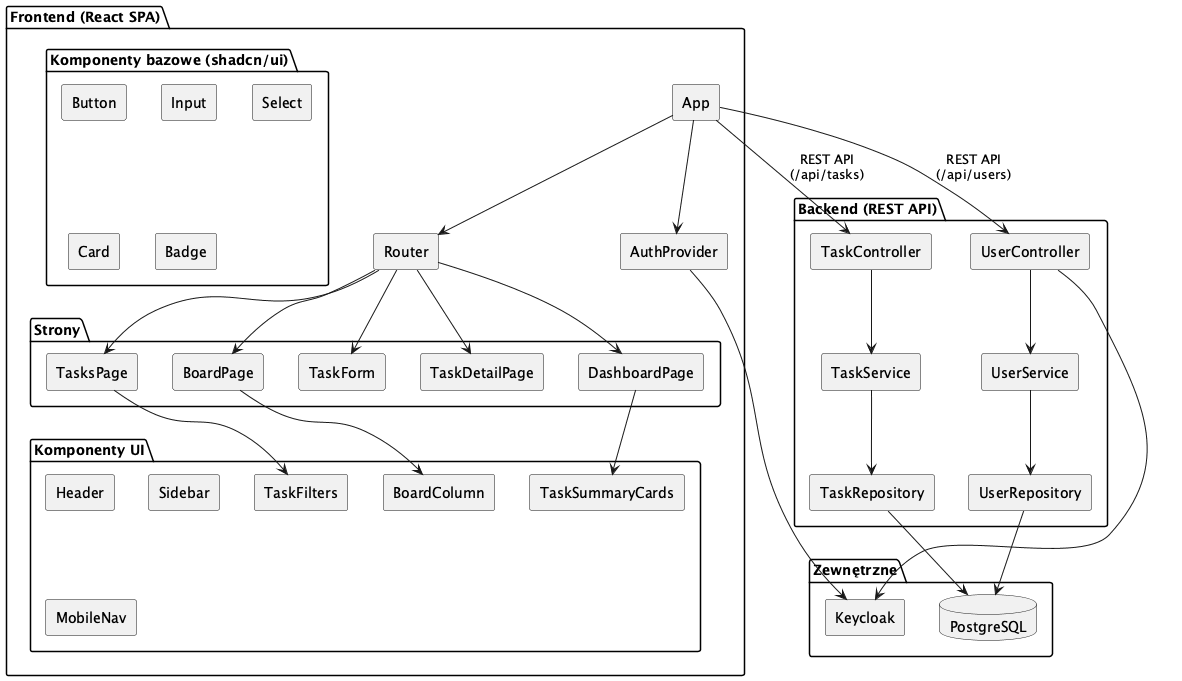
Above: diagrams/diagram_komponentow.png in codingbart/todoapp (PlantUML), before the change. Source of this version:
```plantuml
@startuml
skinparam componentStyle rectangle

package "Frontend (React SPA)" {
    [App] as app
    [Router] as router
    [AuthProvider] as auth

    package "Strony" {
        [DashboardPage] as dashboard
        [TasksPage] as tasks
        [BoardPage] as board
        [TaskForm] as form
        [TaskDetailPage] as detail
    }

    package "Komponenty UI" {
        [Header] as header
        [Sidebar] as sidebar
        [MobileNav] as mobile
        [TaskFilters] as filters
        [BoardColumn] as column
        [TaskSummaryCards] as summary
    }

    package "Komponenty bazowe (shadcn/ui)" {
        [Button] as btn
        [Input] as input
        [Select] as select
        [Card] as card
        [Badge] as badge
    }
}

package "Backend (REST API)" {
    [TaskController] as taskCtrl
    [UserController] as userCtrl
    [TaskService] as taskSvc
    [UserService] as userSvc
    [TaskRepository] as taskRepo
    [UserRepository] as userRepo
}

package "Zewnętrzne" {
    database "PostgreSQL" as db
    [Keycloak] as kc
}

app --> router
app --> auth
router --> dashboard
router --> tasks
router --> board
router --> form
router --> detail

tasks --> filters
board --> column
dashboard --> summary

taskCtrl --> taskSvc
userCtrl --> userSvc
taskSvc --> taskRepo
userSvc --> userRepo
taskRepo --> db
userRepo --> db

auth --> kc
userCtrl --> kc

app --> taskCtrl : REST API\n(/api/tasks)
app --> userCtrl : REST API\n(/api/users)

@enduml
```
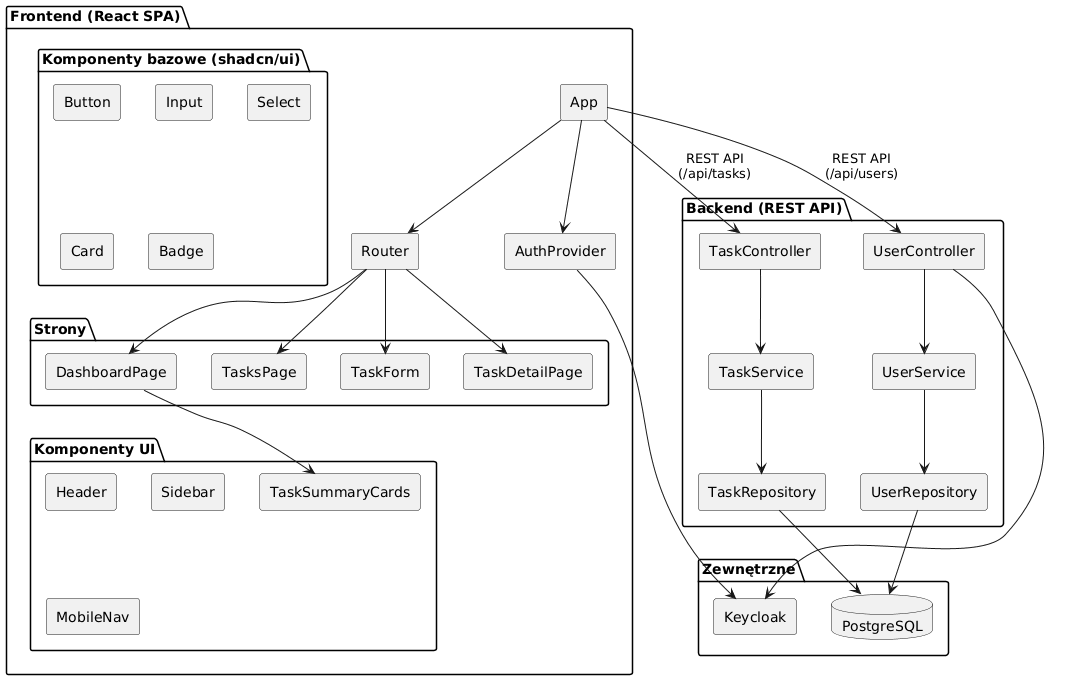
Above is the later version.

What changed in the source:
```diff
@@ -9,7 +9,6 @@
     package "Strony" {
         [DashboardPage] as dashboard
         [TasksPage] as tasks
-        [BoardPage] as board
         [TaskForm] as form
         [TaskDetailPage] as detail
     }
@@ -18,8 +17,6 @@
         [Header] as header
         [Sidebar] as sidebar
         [MobileNav] as mobile
-        [TaskFilters] as filters
-        [BoardColumn] as column
         [TaskSummaryCards] as summary
     }
 
@@ -50,12 +47,9 @@
 app --> auth
 router --> dashboard
 router --> tasks
-router --> board
 router --> form
 router --> detail
 
-tasks --> filters
-board --> column
 dashboard --> summary
 
 taskCtrl --> taskSvc
```
